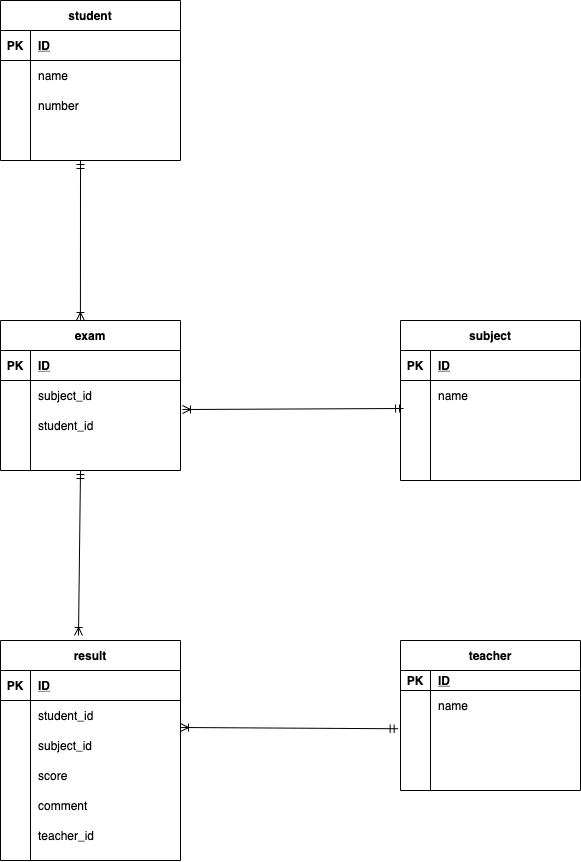
kurakawaryunosuke/datebase keeps this draw.io diagram as index.drawio.png. Above is the earlier version. Source tidied: cells renumbered, new cells last; positions are measured from the earlier drawing's top-left corner, leaving out a move shared by most shapes.
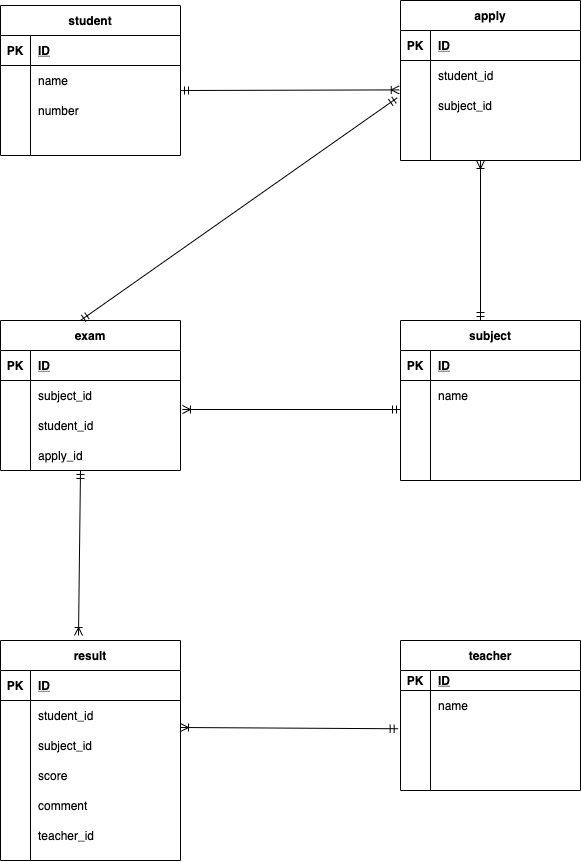
After the commit.

Change to the diagram source:
```diff
@@ -3,7 +3,7 @@
     <mxCell id="0" />
     <mxCell id="1" parent="0" />
     <mxCell id="2" value="student" style="shape=table;startSize=30;rowLines=0;fontStyle=1;align=center;" parent="1" vertex="1">
-      <mxGeometry width="180" height="160" as="geometry" />
+      <mxGeometry y="5" width="180" height="150" as="geometry" />
     </mxCell>
     <mxCell id="3" style="shape=partialRectangle;fillColor=none;top=0;left=0;bottom=1;right=0;" parent="2" vertex="1">
       <mxGeometry y="30" width="180" height="30" as="geometry" />
@@ -33,13 +33,13 @@
       <mxGeometry x="30" width="150" height="30" as="geometry" />
     </mxCell>
     <mxCell id="12" style="shape=partialRectangle;fillColor=none;top=0;left=0;bottom=0;right=0;" parent="2" vertex="1">
-      <mxGeometry y="120" width="180" height="30" as="geometry" />
+      <mxGeometry y="120" width="180" height="20" as="geometry" />
     </mxCell>
     <mxCell id="13" style="shape=partialRectangle;fillColor=none;top=0;left=0;bottom=0;right=0;overflow=hidden;" parent="12" vertex="1">
-      <mxGeometry width="30" height="30" as="geometry" />
+      <mxGeometry width="30" height="20" as="geometry" />
     </mxCell>
     <mxCell id="14" style="shape=partialRectangle;fillColor=none;top=0;left=0;bottom=0;right=0;align=left;spacingLeft=6;overflow=hidden;" parent="12" vertex="1">
-      <mxGeometry x="30" width="150" height="30" as="geometry" />
+      <mxGeometry x="30" width="150" height="20" as="geometry" />
     </mxCell>
     <mxCell id="15" value="exam" style="shape=table;startSize=30;rowLines=0;fontStyle=1;align=center;" parent="1" vertex="1">
       <mxGeometry y="320" width="180" height="150" as="geometry" />
@@ -77,13 +77,11 @@
     <mxCell id="26" style="shape=partialRectangle;fillColor=none;top=0;left=0;bottom=0;right=0;overflow=hidden;" parent="25" vertex="1">
       <mxGeometry width="30" height="30" as="geometry" />
     </mxCell>
-    <mxCell id="27" style="shape=partialRectangle;fillColor=none;top=0;left=0;bottom=0;right=0;align=left;spacingLeft=6;overflow=hidden;" parent="25" vertex="1">
+    <mxCell id="27" value="apply_id" style="shape=partialRectangle;fillColor=none;top=0;left=0;bottom=0;right=0;align=left;spacingLeft=6;overflow=hidden;" parent="25" vertex="1">
       <mxGeometry x="30" width="150" height="30" as="geometry" />
     </mxCell>
-    <mxCell id="28" style="fontSize=12;html=1;endArrow=ERoneToMany;startArrow=ERmandOne;entryX=0.444;entryY=0;entryDx=0;entryDy=0;entryPerimeter=0;" parent="1" edge="1" target="15">
-      <mxGeometry relative="1" as="geometry">
-        <mxPoint x="80" y="160" as="sourcePoint" />
-      </mxGeometry>
+    <mxCell id="28" style="fontSize=12;html=1;endArrow=ERmandOne;startArrow=ERmandOne;entryX=0.444;entryY=0;entryDx=0;entryDy=0;entryPerimeter=0;exitX=-0.018;exitY=0.243;exitDx=0;exitDy=0;exitPerimeter=0;endFill=0;" parent="1" edge="1" source="84" target="15">
+      <mxGeometry relative="1" as="geometry" />
     </mxCell>
     <mxCell id="29" value="subject" style="shape=table;startSize=30;rowLines=0;fontStyle=1;align=center;" parent="1" vertex="1">
       <mxGeometry x="400" y="320" width="180" height="160" as="geometry" />
@@ -107,16 +105,16 @@
       <mxGeometry x="30" width="150" height="30" as="geometry" />
     </mxCell>
     <mxCell id="36" style="shape=partialRectangle;fillColor=none;top=0;left=0;bottom=0;right=0;points=[[0,0.5],[1,0.5]];portConstraint=eastwest;" parent="29" vertex="1">
-      <mxGeometry y="90" width="180" height="30" as="geometry" />
+      <mxGeometry y="90" width="180" height="40" as="geometry" />
     </mxCell>
     <mxCell id="37" style="shape=partialRectangle;fillColor=none;top=0;left=0;bottom=0;right=0;overflow=hidden;" parent="36" vertex="1">
-      <mxGeometry width="30" height="30" as="geometry" />
+      <mxGeometry width="30" height="40" as="geometry" />
     </mxCell>
     <mxCell id="38" style="shape=partialRectangle;fillColor=none;top=0;left=0;bottom=0;right=0;align=left;spacingLeft=6;overflow=hidden;" parent="36" vertex="1">
-      <mxGeometry x="30" width="150" height="30" as="geometry" />
+      <mxGeometry x="30" width="150" height="40" as="geometry" />
     </mxCell>
     <mxCell id="39" style="shape=partialRectangle;fillColor=none;top=0;left=0;bottom=0;right=0;" parent="29" vertex="1">
-      <mxGeometry y="120" width="180" height="30" as="geometry" />
+      <mxGeometry y="130" width="180" height="30" as="geometry" />
     </mxCell>
     <mxCell id="40" style="shape=partialRectangle;fillColor=none;top=0;left=0;bottom=0;right=0;overflow=hidden;" parent="39" vertex="1">
       <mxGeometry width="30" height="30" as="geometry" />
@@ -231,8 +229,60 @@
         <mxPoint x="180" y="727" as="targetPoint" />
       </mxGeometry>
     </mxCell>
-    <mxCell id="76" style="fontSize=12;html=1;endArrow=ERoneToMany;startArrow=ERmandOne;exitX=0.017;exitY=-0.067;exitDx=0;exitDy=0;entryX=1.011;entryY=-0.033;entryDx=0;entryDy=0;entryPerimeter=0;exitPerimeter=0;" parent="1" edge="1" source="36" target="22">
-      <mxGeometry relative="1" as="geometry" />
+    <mxCell id="76" style="fontSize=12;html=1;endArrow=ERoneToMany;startArrow=ERmandOne;entryX=1.011;entryY=-0.033;entryDx=0;entryDy=0;entryPerimeter=0;startFill=0;" parent="1" edge="1" target="22">
+      <mxGeometry relative="1" as="geometry">
+        <mxPoint x="400" y="409" as="sourcePoint" />
+      </mxGeometry>
     </mxCell>
+    <mxCell id="77" value="apply" style="shape=table;startSize=30;rowLines=0;fontStyle=1;align=center;" parent="1" vertex="1">
+      <mxGeometry x="400" width="180" height="160" as="geometry" />
+    </mxCell>
+    <mxCell id="78" style="shape=partialRectangle;fillColor=none;top=0;left=0;bottom=1;right=0;" parent="77" vertex="1">
+      <mxGeometry y="30" width="180" height="30" as="geometry" />
+    </mxCell>
+    <mxCell id="79" value="PK" style="shape=partialRectangle;fillColor=none;top=0;left=0;bottom=0;right=0;fontStyle=1;overflow=hidden;" parent="78" vertex="1">
+      <mxGeometry width="30" height="30" as="geometry" />
+    </mxCell>
+    <mxCell id="80" value="ID" style="shape=partialRectangle;fillColor=none;top=0;left=0;bottom=0;right=0;align=left;spacingLeft=6;fontStyle=5;overflow=hidden;" parent="78" vertex="1">
+      <mxGeometry x="30" width="150" height="30" as="geometry" />
+    </mxCell>
+    <mxCell id="81" style="shape=partialRectangle;fillColor=none;top=0;left=0;bottom=0;right=0;" parent="77" vertex="1">
+      <mxGeometry y="60" width="180" height="30" as="geometry" />
+    </mxCell>
+    <mxCell id="82" style="shape=partialRectangle;fillColor=none;top=0;left=0;bottom=0;right=0;overflow=hidden;" parent="81" vertex="1">
+      <mxGeometry width="30" height="30" as="geometry" />
+    </mxCell>
+    <mxCell id="83" value="student_id" style="shape=partialRectangle;fillColor=none;top=0;left=0;bottom=0;right=0;align=left;spacingLeft=6;overflow=hidden;" parent="81" vertex="1">
+      <mxGeometry x="30" width="150" height="30" as="geometry" />
+    </mxCell>
+    <mxCell id="84" style="shape=partialRectangle;fillColor=none;top=0;left=0;bottom=0;right=0;points=[[0,0.5],[1,0.5]];portConstraint=eastwest;" parent="77" vertex="1">
+      <mxGeometry y="90" width="180" height="30" as="geometry" />
+    </mxCell>
+    <mxCell id="85" style="shape=partialRectangle;fillColor=none;top=0;left=0;bottom=0;right=0;overflow=hidden;" parent="84" vertex="1">
+      <mxGeometry width="30" height="30" as="geometry" />
+    </mxCell>
+    <mxCell id="86" value="subject_id" style="shape=partialRectangle;fillColor=none;top=0;left=0;bottom=0;right=0;align=left;spacingLeft=6;overflow=hidden;" parent="84" vertex="1">
+      <mxGeometry x="30" width="150" height="30" as="geometry" />
+    </mxCell>
+    <mxCell id="87" style="shape=partialRectangle;fillColor=none;top=0;left=0;bottom=0;right=0;" parent="77" vertex="1">
+      <mxGeometry y="120" width="180" height="30" as="geometry" />
+    </mxCell>
+    <mxCell id="88" style="shape=partialRectangle;fillColor=none;top=0;left=0;bottom=0;right=0;overflow=hidden;" parent="87" vertex="1">
+      <mxGeometry width="30" height="30" as="geometry" />
+    </mxCell>
+    <mxCell id="89" style="shape=partialRectangle;fillColor=none;top=0;left=0;bottom=0;right=0;align=left;spacingLeft=6;overflow=hidden;" parent="87" vertex="1">
+      <mxGeometry x="30" width="150" height="30" as="geometry" />
+    </mxCell>
+    <mxCell id="90" style="fontSize=12;html=1;endArrow=ERoneToMany;startArrow=ERmandOne;entryX=-0.007;entryY=-0.02;entryDx=0;entryDy=0;entryPerimeter=0;" parent="1" edge="1" target="84">
+      <mxGeometry relative="1" as="geometry">
+        <mxPoint x="180" y="90" as="sourcePoint" />
+      </mxGeometry>
+    </mxCell>
+    <mxCell id="91" style="fontSize=12;html=1;endArrow=ERoneToMany;startArrow=ERmandOne;startFill=0;" parent="1" edge="1">
+      <mxGeometry relative="1" as="geometry">
+        <mxPoint x="480" y="320" as="sourcePoint" />
+        <mxPoint x="480" y="160" as="targetPoint" />
+      </mxGeometry>
+    </mxCell>
   </root>
 </mxGraphModel>
```
